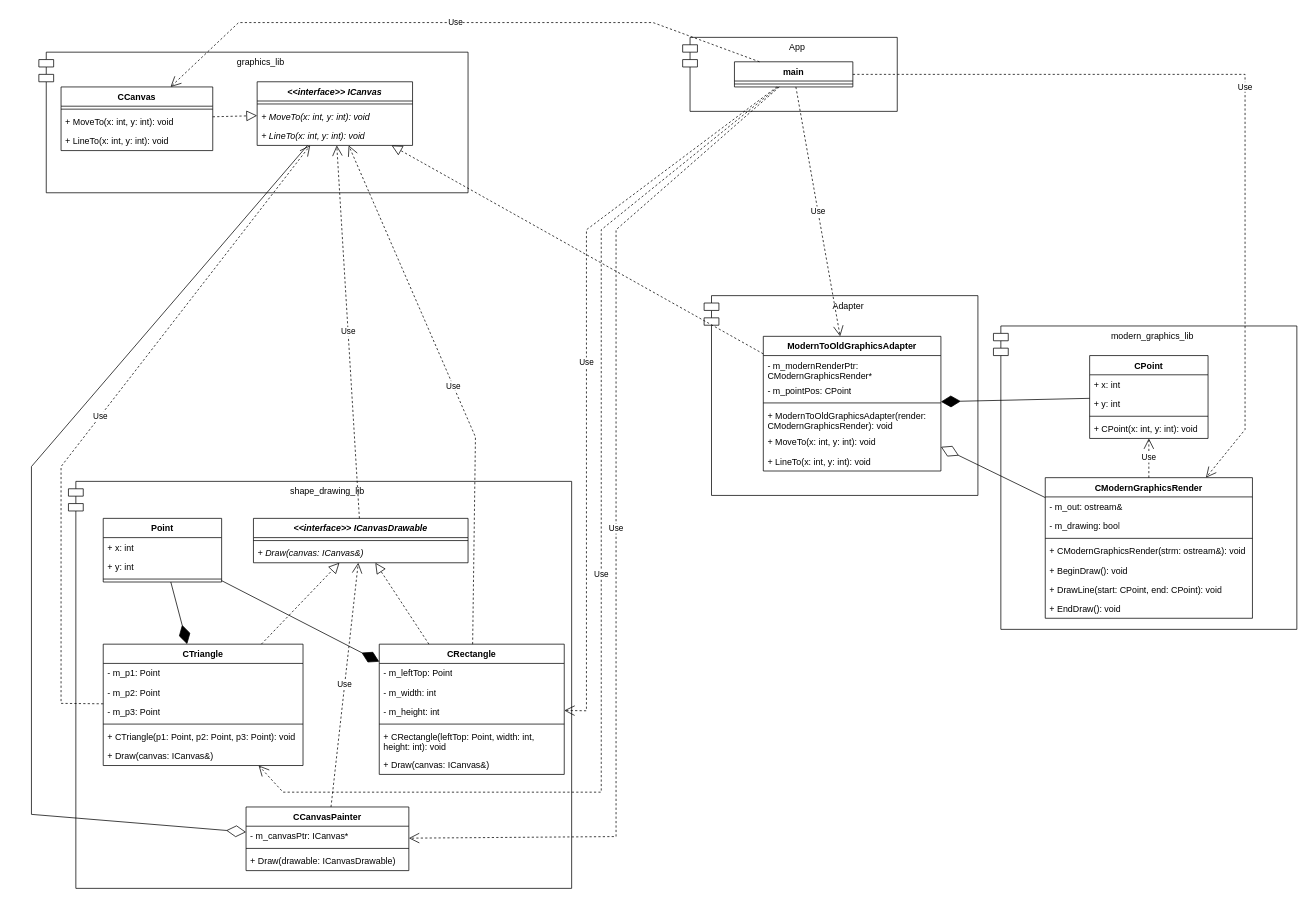
This is lw6/Adapter.drawio from ProstP/OOD, a draw.io file, before an edit. Source tidied: cells renumbered, new cells numbered last; positions are measured from the earlier drawing's top-left corner, leaving out a move shared by most shapes. Both pictures are drawn from the tidied source at 74%, with x=0, y=0 at pixel (31, 22).
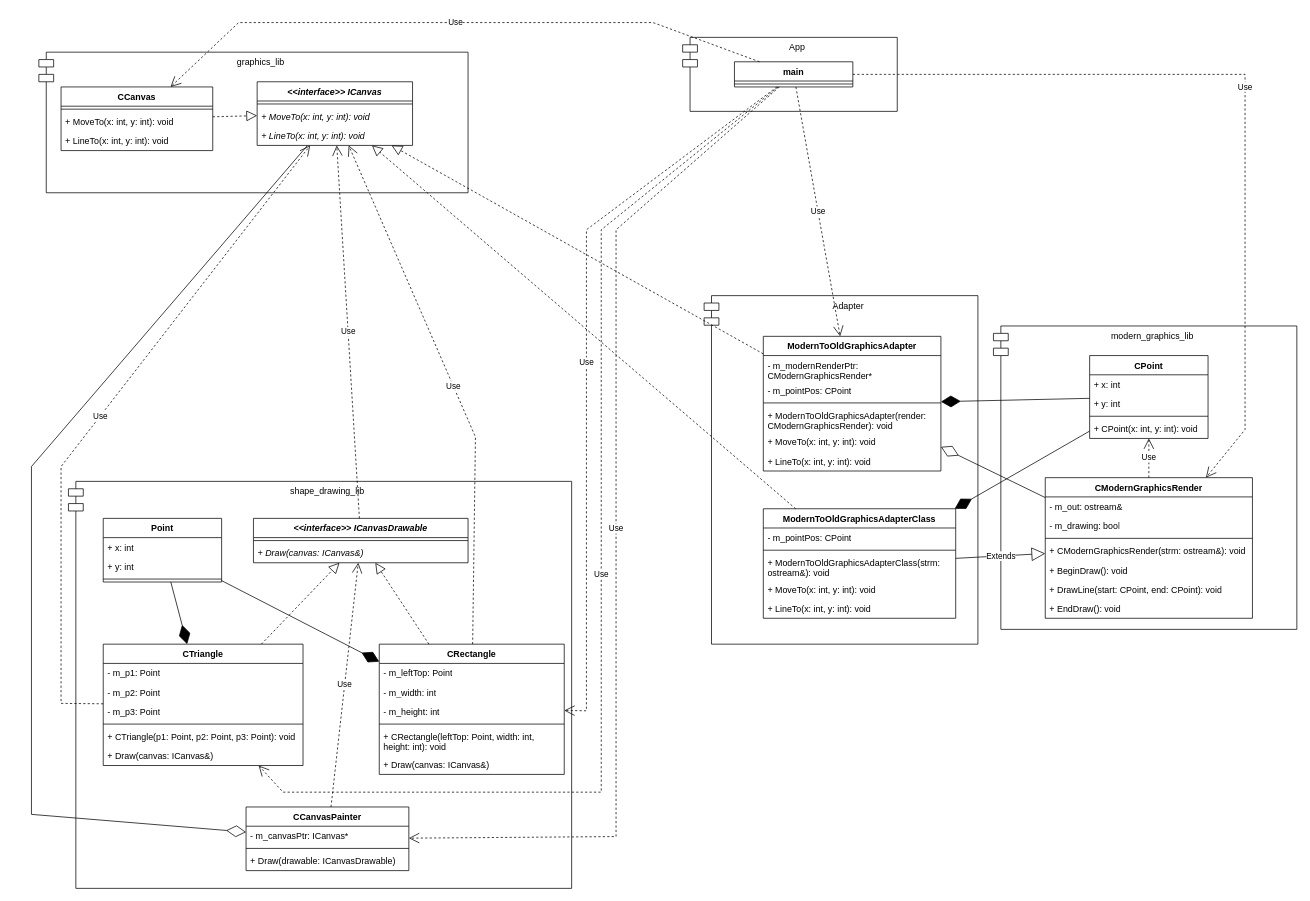
After the change.

Commit message:
Lw6-2 Сделал адаптер класса в диаграмме

Unchanged cells that the change refers to:
```xml
<mxCell id="8" value="&lt;i&gt;&amp;lt;&amp;lt;interface&amp;gt;&amp;gt; ICanvas&lt;/i&gt;" style="swimlane;fontStyle=1;align=center;verticalAlign=top;horizontal=1;startSize=26;whiteSpace=wrap;html=1;" parent="1" vertex="1">
  <mxGeometry x="305" y="80" width="210" height="86" as="geometry" />
</mxCell>
<mxCell id="51" value="CPoint" style="swimlane;fontStyle=1;align=center;verticalAlign=top;horizontal=1;startSize=26;whiteSpace=wrap;html=1;" parent="1" vertex="1">
  <mxGeometry x="1430" y="450" width="160" height="112" as="geometry" />
</mxCell>
<mxCell id="56" value="CModernGraphicsRender" style="swimlane;fontStyle=1;align=center;verticalAlign=top;horizontal=1;startSize=26;whiteSpace=wrap;html=1;" parent="1" vertex="1">
  <mxGeometry x="1370" y="615" width="280" height="190" as="geometry" />
</mxCell>
```

The edit, as a diff of the source:
```diff
@@
     <mxCell id="65" value="Adapter" style="shape=module;align=left;spacingLeft=20;align=center;verticalAlign=top;whiteSpace=wrap;html=1;" parent="1" vertex="1">
-      <mxGeometry x="909" y="369" width="370" height="270" as="geometry" />
+      <mxGeometry x="909" y="369" width="370" height="471" as="geometry" />
     </mxCell>
@@
+    <mxCell id="82" value="ModernToOldGraphicsAdapterClass" style="swimlane;fontStyle=1;align=center;verticalAlign=top;horizontal=1;startSize=26;whiteSpace=wrap;html=1;" parent="1" vertex="1">
+      <mxGeometry x="989" y="657" width="260" height="148" as="geometry" />
+    </mxCell>
+    <mxCell id="83" value="- m_pointPos: CPoint" style="text;strokeColor=none;fillColor=none;align=left;verticalAlign=top;spacingLeft=4;spacingRight=4;overflow=hidden;whiteSpace=wrap;html=1;" parent="82" vertex="1">
+      <mxGeometry y="26" width="260" height="26" as="geometry" />
+    </mxCell>
+    <mxCell id="84" style="line;strokeWidth=1;fillColor=none;align=left;verticalAlign=middle;spacingTop=-1;spacingLeft=3;spacingRight=3;labelPosition=right;strokeColor=inherit;" parent="82" vertex="1">
+      <mxGeometry y="52" width="260" height="8" as="geometry" />
+    </mxCell>
+    <mxCell id="85" value="+&amp;nbsp;&lt;span style=&quot;text-align: center;&quot;&gt;ModernToOldGraphicsAdapterClass&lt;/span&gt;(strm: ostream&amp;amp;): void" style="text;strokeColor=none;fillColor=none;align=left;verticalAlign=top;spacingLeft=4;spacingRight=4;overflow=hidden;whiteSpace=wrap;html=1;" parent="82" vertex="1">
+      <mxGeometry y="60" width="260" height="36" as="geometry" />
+    </mxCell>
+    <mxCell id="86" value="+ MoveTo(x: int, y: int): void" style="text;strokeColor=none;fillColor=none;align=left;verticalAlign=top;spacingLeft=4;spacingRight=4;overflow=hidden;whiteSpace=wrap;html=1;" parent="82" vertex="1">
+      <mxGeometry y="96" width="260" height="26" as="geometry" />
+    </mxCell>
+    <mxCell id="87" value="+ LineTo(x: int, y: int): void" style="text;strokeColor=none;fillColor=none;align=left;verticalAlign=top;spacingLeft=4;spacingRight=4;overflow=hidden;whiteSpace=wrap;html=1;" parent="82" vertex="1">
+      <mxGeometry y="122" width="260" height="26" as="geometry" />
+    </mxCell>
+    <mxCell id="88" value="Extends" style="endArrow=block;endSize=16;endFill=0;html=1;rounded=0;" parent="1" edge="1" source="82" target="56">
+      <mxGeometry relative="1" as="geometry" />
+    </mxCell>
+    <mxCell id="89" style="endArrow=block;dashed=1;endFill=0;endSize=12;html=1;rounded=0;" parent="1" edge="1" source="82" target="8">
+      <mxGeometry relative="1" as="geometry" />
+    </mxCell>
+    <mxCell id="90" style="endArrow=diamondThin;endFill=1;endSize=24;html=1;rounded=0;" parent="1" edge="1" source="51" target="82">
+      <mxGeometry relative="1" as="geometry" />
+    </mxCell>
```
